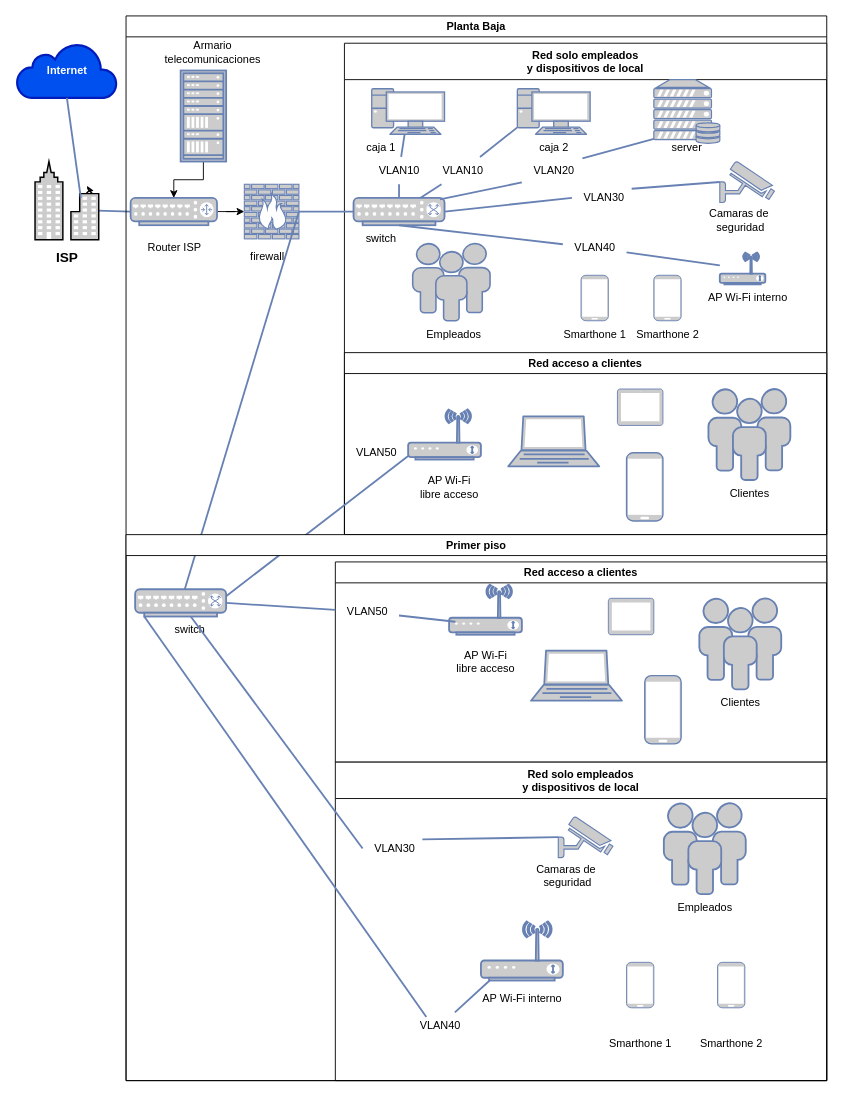
monick96/diagramasVarios keeps this draw.io diagram as Diagrama-red5-Melgarejo.drawio. Above is the earlier version. Source tidied: cells renumbered, new cells numbered last; positions are measured from the earlier drawing's top-left corner, leaving out a move shared by most shapes. Both pictures are drawn from the tidied source at 91%, with x=0, y=0 at pixel (16, 15).
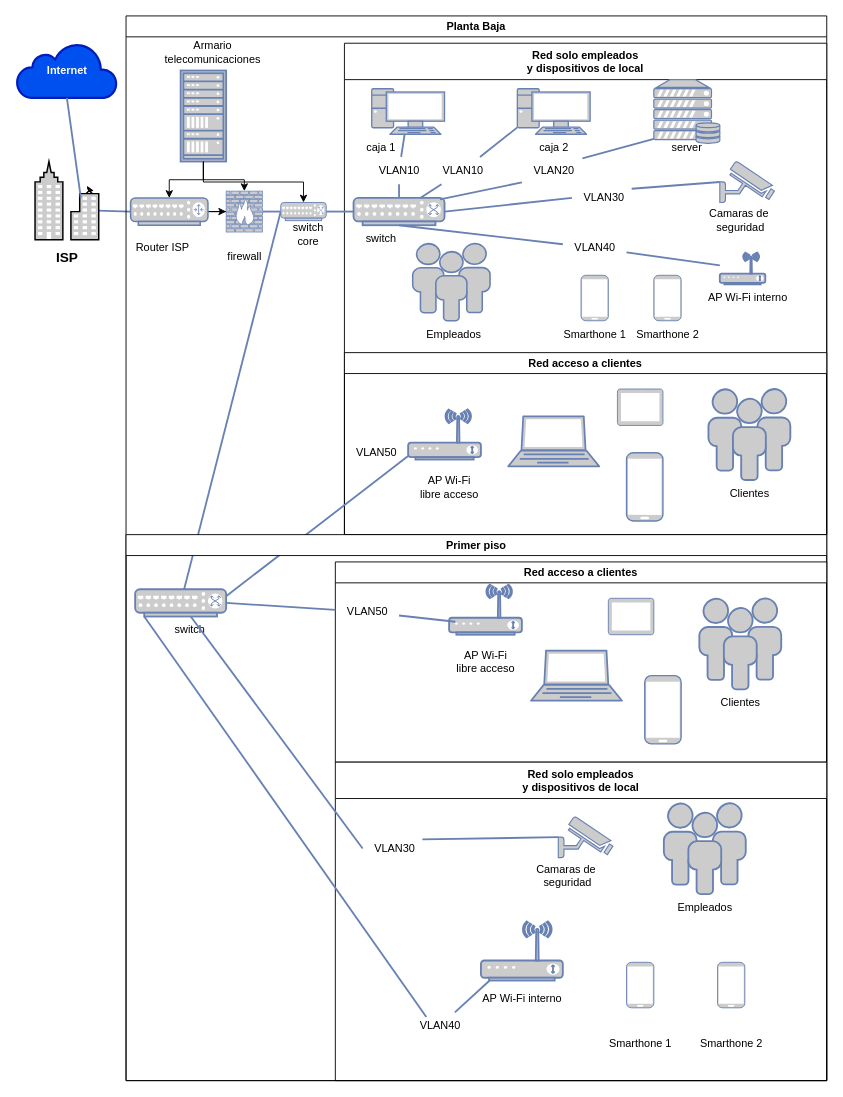
The same page after the edit.

Unchanged cells that the change refers to:
```xml
<mxCell id="6" value="Planta Baja" style="swimlane;" parent="1" vertex="1">
  <mxGeometry x="120" width="770" height="1170" as="geometry" />
</mxCell>
<mxCell id="11" style="fontColor=#0066CC;verticalAlign=top;verticalLabelPosition=bottom;labelPosition=center;align=center;html=1;outlineConnect=0;fillColor=#CCCCCC;strokeColor=#6881B3;gradientColor=none;gradientDirection=north;strokeWidth=2;shape=mxgraph.networks.rack;" parent="6" vertex="1">
  <mxGeometry x="60" y="60" width="50" height="100" as="geometry" />
</mxCell>
<mxCell id="23" style="fontColor=#0066CC;verticalAlign=top;verticalLabelPosition=bottom;labelPosition=center;align=center;html=1;outlineConnect=0;fillColor=#CCCCCC;strokeColor=#6881B3;gradientColor=none;gradientDirection=north;strokeWidth=2;shape=mxgraph.networks.switch;" parent="15" vertex="1">
  <mxGeometry x="10" y="170" width="100" height="30" as="geometry" />
</mxCell>
<mxCell id="85" style="fontColor=#0066CC;verticalAlign=top;verticalLabelPosition=bottom;labelPosition=center;align=center;html=1;outlineConnect=0;fillColor=#CCCCCC;strokeColor=#6881B3;gradientColor=none;gradientDirection=north;strokeWidth=2;shape=mxgraph.networks.switch;" parent="61" vertex="1">
  <mxGeometry x="10" y="60" width="100" height="30" as="geometry" />
</mxCell>
```

The edit, as a diff of the source:
```diff
@@
     <mxCell id="8" style="fontColor=#0066CC;verticalAlign=top;verticalLabelPosition=bottom;labelPosition=center;align=center;html=1;outlineConnect=0;fillColor=#CCCCCC;strokeColor=#6881B3;gradientColor=none;gradientDirection=north;strokeWidth=2;shape=mxgraph.networks.router;" parent="6" vertex="1">
-      <mxGeometry x="5" y="200" width="95" height="30" as="geometry" />
+      <mxGeometry x="5" y="200" width="85" height="30" as="geometry" />
     </mxCell>
     <mxCell id="9" value="Router ISP" style="text;html=1;align=center;verticalAlign=middle;strokeColor=none;fillColor=none;" parent="6" vertex="1">
-      <mxGeometry x="12.5" y="240" width="80" height="30" as="geometry" />
+      <mxGeometry y="240" width="80" height="30" as="geometry" />
     </mxCell>
@@
     <mxCell id="13" style="fontColor=#0066CC;verticalAlign=top;verticalLabelPosition=bottom;labelPosition=center;align=center;html=1;outlineConnect=0;fillColor=#CCCCCC;strokeColor=#6881B3;gradientColor=none;gradientDirection=north;strokeWidth=2;shape=mxgraph.networks.firewall;" parent="6" vertex="1">
-      <mxGeometry x="130" y="185" width="60" height="60" as="geometry" />
+      <mxGeometry x="110" y="192.5" width="40" height="45" as="geometry" />
     </mxCell>
     <mxCell id="14" value="firewall" style="text;html=1;align=center;verticalAlign=middle;strokeColor=none;fillColor=none;" parent="6" vertex="1">
-      <mxGeometry x="125" y="250" width="60" height="30" as="geometry" />
+      <mxGeometry x="100" y="250" width="60" height="30" as="geometry" />
     </mxCell>
@@
-    <mxCell id="59" style="edgeStyle=none;rounded=0;html=1;labelBackgroundColor=none;endArrow=none;strokeColor=#6881B3;strokeWidth=2;fontFamily=Verdana;fontSize=28;fontColor=#0066CC;exitX=1;exitY=0.5;exitDx=0;exitDy=0;exitPerimeter=0;entryX=0;entryY=0.5;entryDx=0;entryDy=0;entryPerimeter=0;" parent="6" edge="1" source="13" target="23">
+    <mxCell id="59" style="edgeStyle=none;rounded=0;html=1;labelBackgroundColor=none;endArrow=none;strokeColor=#6881B3;strokeWidth=2;fontFamily=Verdana;fontSize=28;fontColor=#0066CC;exitX=1;exitY=0.5;exitDx=0;exitDy=0;exitPerimeter=0;entryX=0;entryY=0.5;entryDx=0;entryDy=0;entryPerimeter=0;" parent="6" edge="1" source="95" target="23">
       <mxGeometry relative="1" as="geometry" />
     </mxCell>
-    <mxCell id="60" style="edgeStyle=none;rounded=0;html=1;labelBackgroundColor=none;endArrow=none;strokeColor=#6881B3;strokeWidth=2;fontFamily=Verdana;fontSize=28;fontColor=#0066CC;" parent="6" edge="1" target="85">
-      <mxGeometry relative="1" as="geometry">
-        <mxPoint x="190" y="215" as="sourcePoint" />
-      </mxGeometry>
+    <mxCell id="60" style="edgeStyle=none;rounded=0;html=1;labelBackgroundColor=none;endArrow=none;strokeColor=#6881B3;strokeWidth=2;fontFamily=Verdana;fontSize=28;fontColor=#0066CC;exitX=0;exitY=0.5;exitDx=0;exitDy=0;exitPerimeter=0;" parent="6" edge="1" source="95" target="85">
+      <mxGeometry relative="1" as="geometry" />
     </mxCell>
@@
+    <mxCell id="93" style="edgeStyle=orthogonalEdgeStyle;rounded=0;jettySize=auto;html=1;entryX=0.5;entryY=0;entryDx=0;entryDy=0;entryPerimeter=0;" parent="6" edge="1" source="11" target="13">
+      <mxGeometry relative="1" as="geometry" />
+    </mxCell>
+    <mxCell id="94" style="edgeStyle=none;rounded=0;html=1;labelBackgroundColor=none;endArrow=none;strokeColor=#6881B3;strokeWidth=2;fontFamily=Verdana;fontSize=28;fontColor=#0066CC;exitX=1;exitY=0.5;exitDx=0;exitDy=0;exitPerimeter=0;entryX=0;entryY=0.5;entryDx=0;entryDy=0;entryPerimeter=0;" parent="6" edge="1" source="13" target="95">
+      <mxGeometry relative="1" as="geometry" />
+    </mxCell>
+    <mxCell id="95" style="fontColor=#0066CC;verticalAlign=top;verticalLabelPosition=bottom;labelPosition=center;align=center;html=1;outlineConnect=0;fillColor=#CCCCCC;strokeColor=#6881B3;gradientColor=none;gradientDirection=north;strokeWidth=2;shape=mxgraph.networks.switch;" parent="6" vertex="1">
+      <mxGeometry x="170" y="205" width="50" height="20" as="geometry" />
+    </mxCell>
+    <mxCell id="96" value="switch&lt;br&gt;core" style="text;html=1;align=center;verticalAlign=middle;strokeColor=none;fillColor=none;" parent="6" vertex="1">
+      <mxGeometry x="170" y="220" width="60" height="40" as="geometry" />
+    </mxCell>
+    <mxCell id="97" style="edgeStyle=orthogonalEdgeStyle;rounded=0;jettySize=auto;html=1;entryX=0.5;entryY=0;entryDx=0;entryDy=0;entryPerimeter=0;exitX=0.5;exitY=1;exitDx=0;exitDy=0;exitPerimeter=0;" parent="6" edge="1" source="11" target="95">
+      <mxGeometry relative="1" as="geometry" />
+    </mxCell>
```
